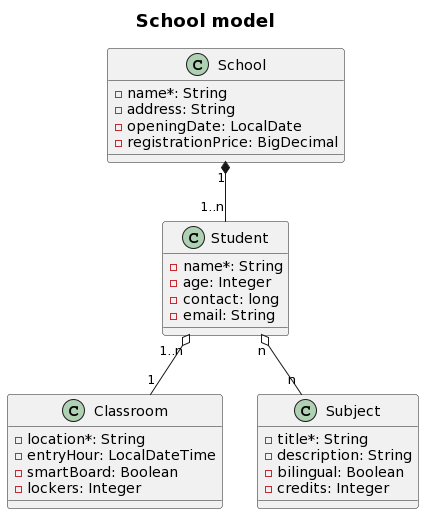
Before: docs/school.models.png, a diagram exported from PlantUML (wzzzzwwzw/apaw-practice). Its diagram source:
```plantuml
@startuml
title = School model

class School {
  - name*: String
  - address: String
  - openingDate: LocalDate
  - registrationPrice: BigDecimal
}

class Classroom {
  - location*: String
  - entryHour: LocalDateTime
  - smartBoard: Boolean
  - lockers: Integer
}

class Subject {
 - title*: String
 - description: String
 - bilingual: Boolean
 - credits: Integer
}

class Student {
  - name*: String
  - age: Integer
  - contact: long
  - email: String
}

School "1" *-- "1..n" Student
Student "n" o-- "n" Subject
Student "1..n" o-- "1" Classroom
@enduml
```
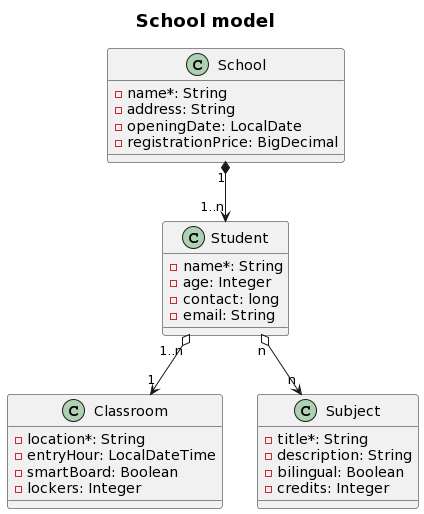
The same file after the commit.

Commit message:
Updated diagram with arrows #472

Diff of the diagram source:
```diff
@@ -29,7 +29,7 @@
   - email: String
 }
 
-School "1" *-- "1..n" Student
-Student "n" o-- "n" Subject
-Student "1..n" o-- "1" Classroom
+School "1" *--> "1..n" Student
+Student "n" o--> "n" Subject
+Student "1..n" o--> "1" Classroom
 @enduml
```
